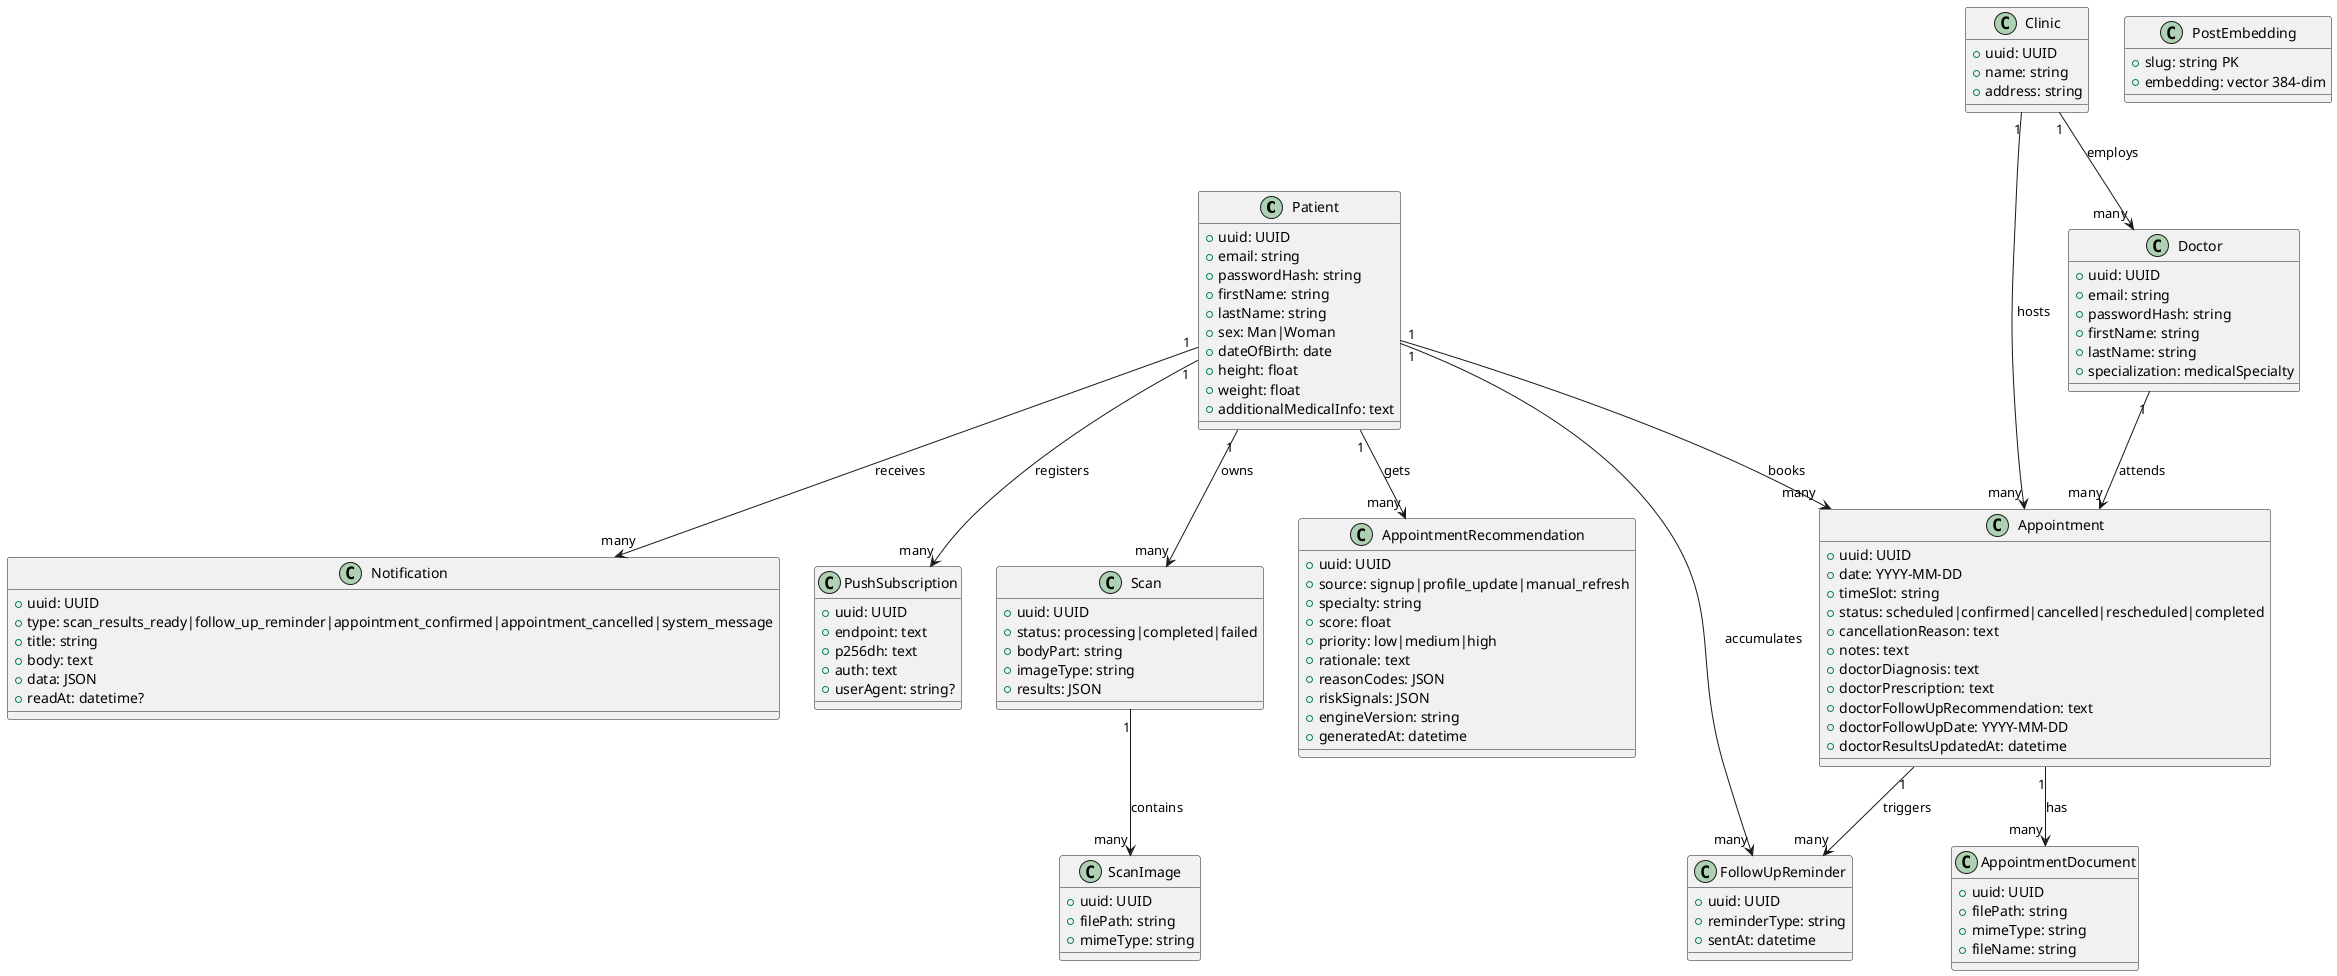
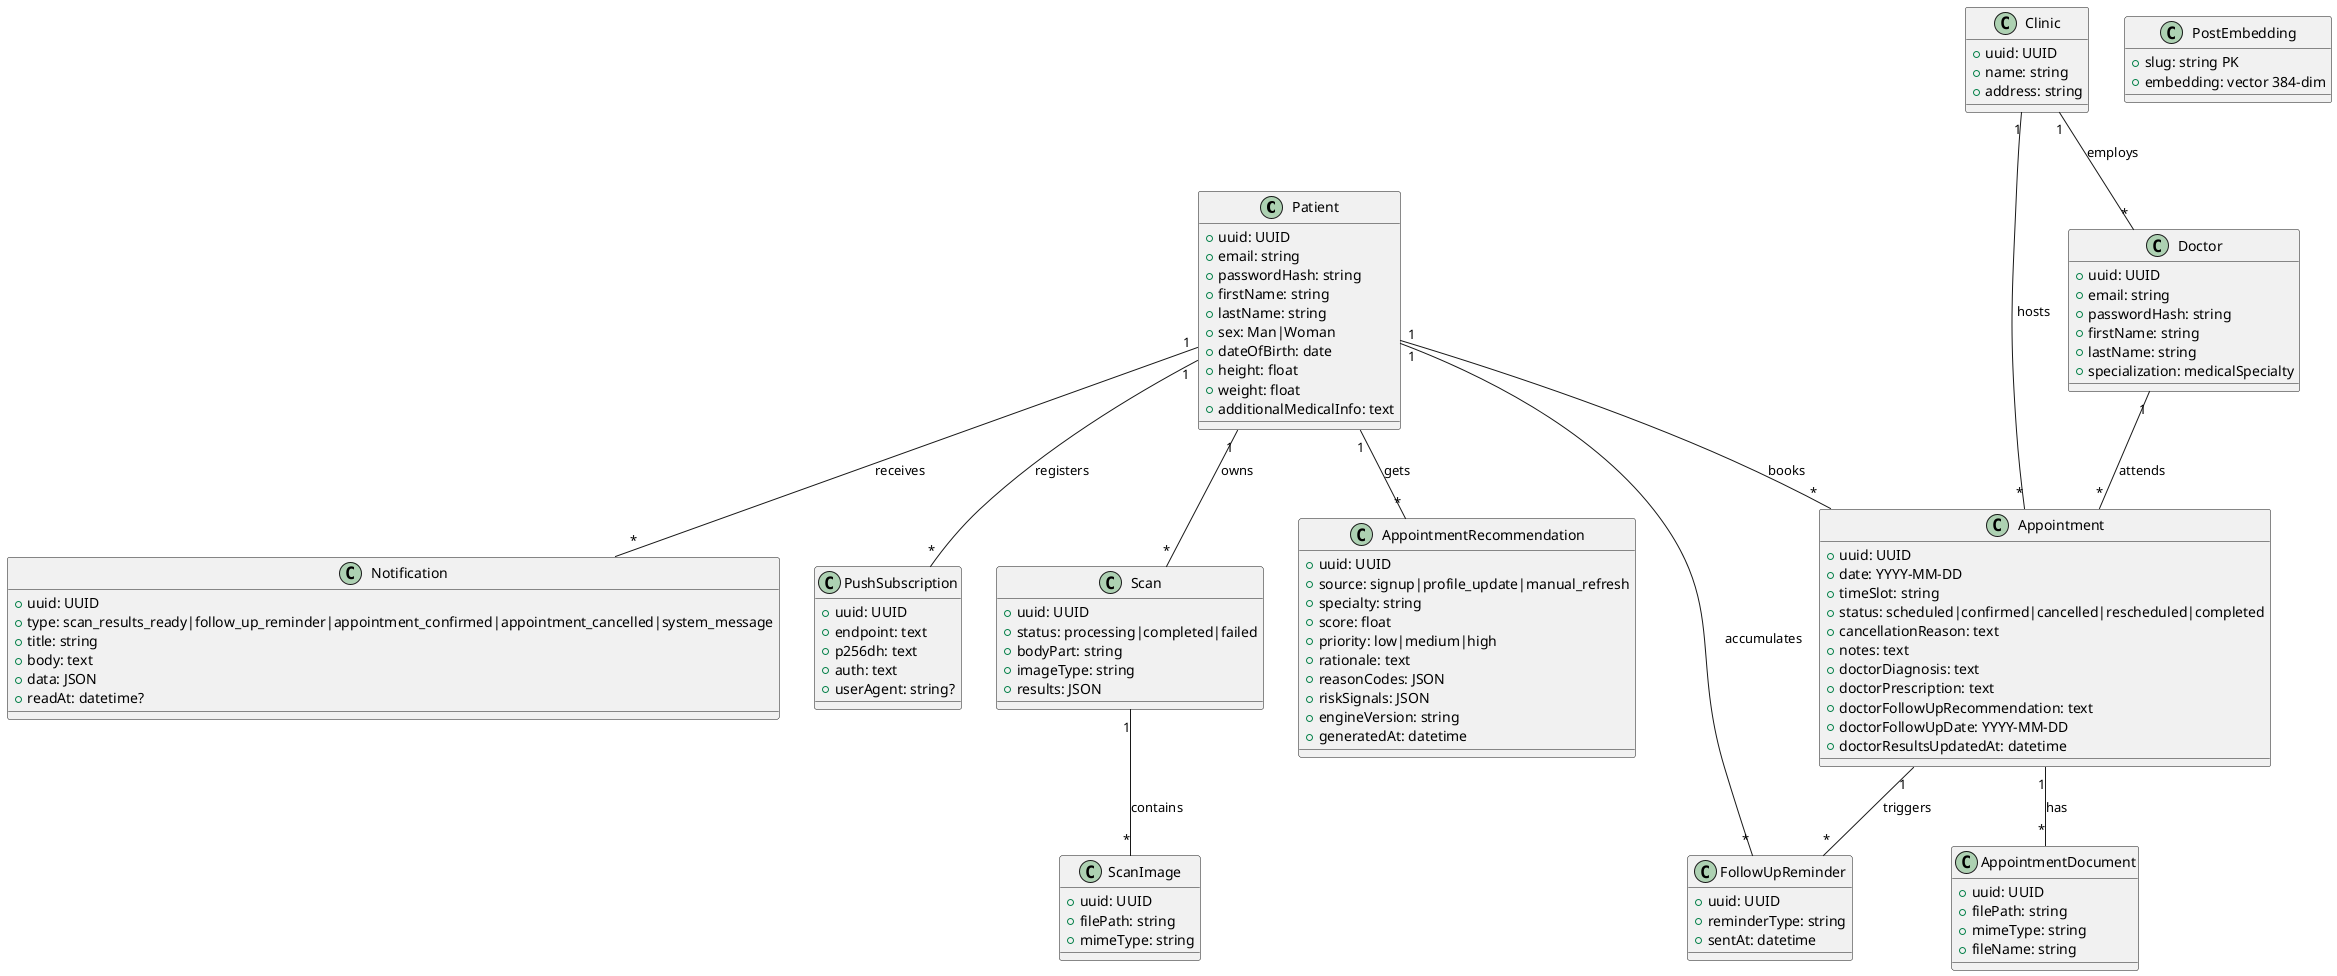
@startuml
class Patient {
  +uuid: UUID
  +email: string
  +passwordHash: string
  +firstName: string
  +lastName: string
  +sex: Man|Woman
  +dateOfBirth: date
  +height: float
  +weight: float
  +additionalMedicalInfo: text
}

class Doctor {
  +uuid: UUID
  +email: string
  +passwordHash: string
  +firstName: string
  +lastName: string
  +specialization: medicalSpecialty
}

class Clinic {
  +uuid: UUID
  +name: string
  +address: string
}

class Appointment {
  +uuid: UUID
  +date: YYYY-MM-DD
  +timeSlot: string
  +status: scheduled|confirmed|cancelled|rescheduled|completed
  +cancellationReason: text
  +notes: text
  +doctorDiagnosis: text
  +doctorPrescription: text
  +doctorFollowUpRecommendation: text
  +doctorFollowUpDate: YYYY-MM-DD
  +doctorResultsUpdatedAt: datetime
}

class AppointmentDocument {
  +uuid: UUID
  +filePath: string
  +mimeType: string
  +fileName: string
}

class Scan {
  +uuid: UUID
  +status: processing|completed|failed
  +bodyPart: string
  +imageType: string
  +results: JSON
}

class ScanImage {
  +uuid: UUID
  +filePath: string
  +mimeType: string
}

class Notification {
  +uuid: UUID
  +type: scan_results_ready|follow_up_reminder|appointment_confirmed|appointment_cancelled|system_message
  +title: string
  +body: text
  +data: JSON
  +readAt: datetime?
}

class PushSubscription {
  +uuid: UUID
  +endpoint: text
  +p256dh: text
  +auth: text
  +userAgent: string?
}

class FollowUpReminder {
  +uuid: UUID
  +reminderType: string
  +sentAt: datetime
}

class AppointmentRecommendation {
  +uuid: UUID
  +source: signup|profile_update|manual_refresh
  +specialty: string
  +score: float
  +priority: low|medium|high
  +rationale: text
  +reasonCodes: JSON
  +riskSignals: JSON
  +engineVersion: string
  +generatedAt: datetime
}

class PostEmbedding {
  +slug: string PK
  +embedding: vector 384-dim
}

- Clinic "1" --> "many" Doctor : employs
- Clinic "1" --> "many" Appointment : hosts
- Patient "1" --> "many" Appointment : books
- Doctor "1" --> "many" Appointment : attends
- Appointment "1" --> "many" AppointmentDocument : has
- Patient "1" --> "many" Scan : owns
- Scan "1" --> "many" ScanImage : contains
- Patient "1" --> "many" Notification : receives
- Patient "1" --> "many" PushSubscription : registers
- Patient "1" --> "many" FollowUpReminder : accumulates
- Appointment "1" --> "many" FollowUpReminder : triggers
- Patient "1" --> "many" AppointmentRecommendation : gets
+ Clinic "1" -- "*" Doctor : employs
+ Clinic "1" -- "*" Appointment : hosts
+ Patient "1" -- "*" Appointment : books
+ Doctor "1" -- "*" Appointment : attends
+ Appointment "1" -- "*" AppointmentDocument : has
+ Patient "1" -- "*" Scan : owns
+ Scan "1" -- "*" ScanImage : contains
+ Patient "1" -- "*" Notification : receives
+ Patient "1" -- "*" PushSubscription : registers
+ Patient "1" -- "*" FollowUpReminder : accumulates
+ Appointment "1" -- "*" FollowUpReminder : triggers
+ Patient "1" -- "*" AppointmentRecommendation : gets

@enduml